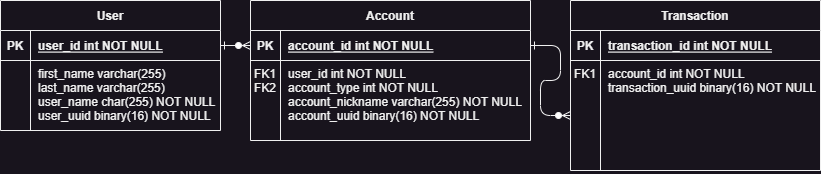
The draw.io diagram personal-finance-schema.png in justinleahy/rust-personal-finances, before a commit. Source tidied: cells renumbered, new cells last; positions are measured from the earlier drawing's top-left corner, leaving out a move shared by most shapes.
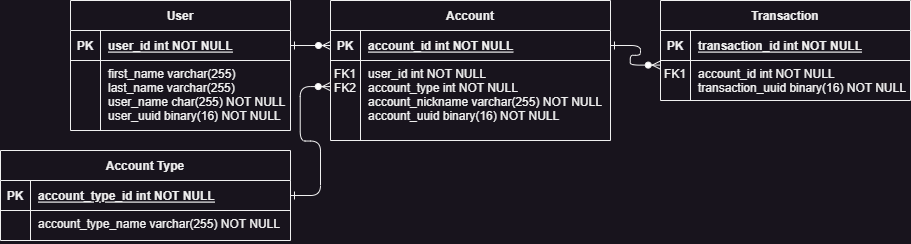
After the change.

Commit message:
Added account types to schema

What changed in the source:
```diff
@@ -5,7 +5,7 @@
     <mxCell id="2" style="edgeStyle=entityRelationEdgeStyle;endArrow=ERzeroToMany;startArrow=ERone;endFill=1;startFill=0;exitX=1;exitY=0.5;exitDx=0;exitDy=0;entryX=0;entryY=0.5;entryDx=0;entryDy=0;" parent="1" edge="1" source="19" target="5">
       <mxGeometry relative="1" as="geometry" />
     </mxCell>
-    <mxCell id="3" style="edgeStyle=entityRelationEdgeStyle;endArrow=ERzeroToMany;startArrow=ERone;endFill=1;startFill=0;entryX=0;entryY=0.5;entryDx=0;entryDy=0;exitX=1;exitY=0.5;exitDx=0;exitDy=0;" parent="1" edge="1" source="5" target="15">
+    <mxCell id="3" style="edgeStyle=entityRelationEdgeStyle;endArrow=ERzeroToMany;startArrow=ERone;endFill=1;startFill=0;entryX=-0.001;entryY=0.115;entryDx=0;entryDy=0;exitX=1;exitY=0.5;exitDx=0;exitDy=0;entryPerimeter=0;" parent="1" edge="1" source="5" target="15">
       <mxGeometry relative="1" as="geometry">
         <Array as="points">
           <mxPoint x="670" y="90" />
@@ -19,7 +19,7 @@
       </mxGeometry>
     </mxCell>
     <mxCell id="4" value="Account" style="shape=table;startSize=30;rowLines=0;fontStyle=1;align=center;" parent="1" vertex="1">
-      <mxGeometry x="270" width="280" height="140" as="geometry" />
+      <mxGeometry x="280" width="280" height="140" as="geometry" />
     </mxCell>
     <mxCell id="5" style="shape=partialRectangle;fillColor=none;points=[[0,0.5],[1,0.5]];portConstraint=eastwest;top=0;left=0;right=0;bottom=1;" parent="4" vertex="1">
       <mxGeometry y="30" width="280" height="30" as="geometry" />
@@ -40,7 +40,7 @@
       <mxGeometry x="30" width="250" height="80" as="geometry" />
     </mxCell>
     <mxCell id="11" value="Transaction" style="shape=table;startSize=30;rowLines=0;fontStyle=1;align=center;" parent="1" vertex="1">
-      <mxGeometry x="590" width="250" height="170" as="geometry" />
+      <mxGeometry x="610" width="250" height="100" as="geometry" />
     </mxCell>
     <mxCell id="12" style="shape=partialRectangle;fillColor=none;top=0;left=0;right=0;bottom=1;" parent="11" vertex="1">
       <mxGeometry y="30" width="250" height="30" as="geometry" />
@@ -52,13 +52,13 @@
       <mxGeometry x="30" width="220" height="30" as="geometry" />
     </mxCell>
     <mxCell id="15" style="shape=partialRectangle;fillColor=none;points=[[0,0.5],[1,0.5]];portConstraint=eastwest;top=0;left=0;right=0;bottom=0;" parent="11" vertex="1">
-      <mxGeometry y="60" width="250" height="110" as="geometry" />
+      <mxGeometry y="60" width="250" height="40" as="geometry" />
     </mxCell>
     <mxCell id="16" value="FK1" style="shape=partialRectangle;overflow=hidden;fillColor=none;top=0;left=0;bottom=0;right=0;verticalAlign=top;" parent="15" vertex="1">
-      <mxGeometry width="30" height="110" as="geometry" />
+      <mxGeometry width="30" height="40" as="geometry" />
     </mxCell>
     <mxCell id="17" value="account_id int NOT NULL&#10;transaction_uuid binary(16) NOT NULL&#10;" style="shape=partialRectangle;overflow=hidden;fillColor=none;top=0;left=0;bottom=0;right=0;align=left;spacingLeft=6;verticalAlign=top;" parent="15" vertex="1">
-      <mxGeometry x="30" width="220" height="110" as="geometry" />
+      <mxGeometry x="30" width="220" height="40" as="geometry" />
     </mxCell>
     <mxCell id="18" value="User" style="shape=table;startSize=30;rowLines=0;fontStyle=1;align=center;" parent="1" vertex="1">
       <mxGeometry x="20" width="220" height="130" as="geometry" />
@@ -81,5 +81,40 @@
     <mxCell id="24" value="first_name varchar(255)&#10;last_name varchar(255)&#10;user_name char(255) NOT NULL&#10;user_uuid binary(16) NOT NULL" style="shape=partialRectangle;overflow=hidden;fillColor=none;top=0;left=0;bottom=0;right=0;align=left;spacingLeft=6;verticalAlign=top;" parent="22" vertex="1">
       <mxGeometry x="30" width="190" height="70" as="geometry" />
     </mxCell>
+    <mxCell id="25" value="Account Type" style="shape=table;startSize=30;rowLines=0;fontStyle=1;align=center;" parent="1" vertex="1">
+      <mxGeometry x="-50" y="150" width="290" height="90" as="geometry" />
+    </mxCell>
+    <mxCell id="26" style="shape=partialRectangle;fillColor=none;points=[[0,0.5],[1,0.5]];portConstraint=eastwest;top=0;left=0;right=0;bottom=1;" parent="25" vertex="1">
+      <mxGeometry y="30" width="290" height="30" as="geometry" />
+    </mxCell>
+    <mxCell id="27" value="PK" style="shape=partialRectangle;overflow=hidden;fillColor=none;top=0;left=0;bottom=0;right=0;fontStyle=1;" parent="26" vertex="1">
+      <mxGeometry width="30" height="30" as="geometry" />
+    </mxCell>
+    <mxCell id="28" value="account_type_id int NOT NULL" style="shape=partialRectangle;overflow=hidden;fillColor=none;top=0;left=0;bottom=0;right=0;align=left;spacingLeft=6;fontStyle=5;" parent="26" vertex="1">
+      <mxGeometry x="30" width="260" height="30" as="geometry" />
+    </mxCell>
+    <mxCell id="29" style="shape=partialRectangle;fillColor=none;top=0;left=0;right=0;bottom=0;" parent="25" vertex="1">
+      <mxGeometry y="60" width="290" height="30" as="geometry" />
+    </mxCell>
+    <mxCell id="30" style="shape=partialRectangle;overflow=hidden;fillColor=none;top=0;left=0;bottom=0;right=0;" parent="29" vertex="1">
+      <mxGeometry width="30" height="30" as="geometry" />
+    </mxCell>
+    <mxCell id="31" value="account_type_name varchar(255) NOT NULL" style="shape=partialRectangle;overflow=hidden;fillColor=none;top=0;left=0;bottom=0;right=0;align=left;spacingLeft=6;verticalAlign=top;" parent="29" vertex="1">
+      <mxGeometry x="30" width="260" height="30" as="geometry" />
+    </mxCell>
+    <mxCell id="32" style="edgeStyle=entityRelationEdgeStyle;endArrow=ERzeroToMany;startArrow=ERone;endFill=1;startFill=0;entryX=-0.001;entryY=0.326;entryDx=0;entryDy=0;exitX=1;exitY=0.5;exitDx=0;exitDy=0;entryPerimeter=0;" parent="1" edge="1" source="26" target="8">
+      <mxGeometry relative="1" as="geometry">
+        <Array as="points">
+          <mxPoint x="230" y="245" />
+          <mxPoint x="-110" y="325" />
+          <mxPoint x="-40" y="315" />
+          <mxPoint x="260" y="130" />
+          <mxPoint x="-430" y="365" />
+          <mxPoint x="-290" y="345" />
+          <mxPoint x="-210" y="325" />
+          <mxPoint x="-440" y="365" />
+        </Array>
+      </mxGeometry>
+    </mxCell>
   </root>
 </mxGraphModel>
```
